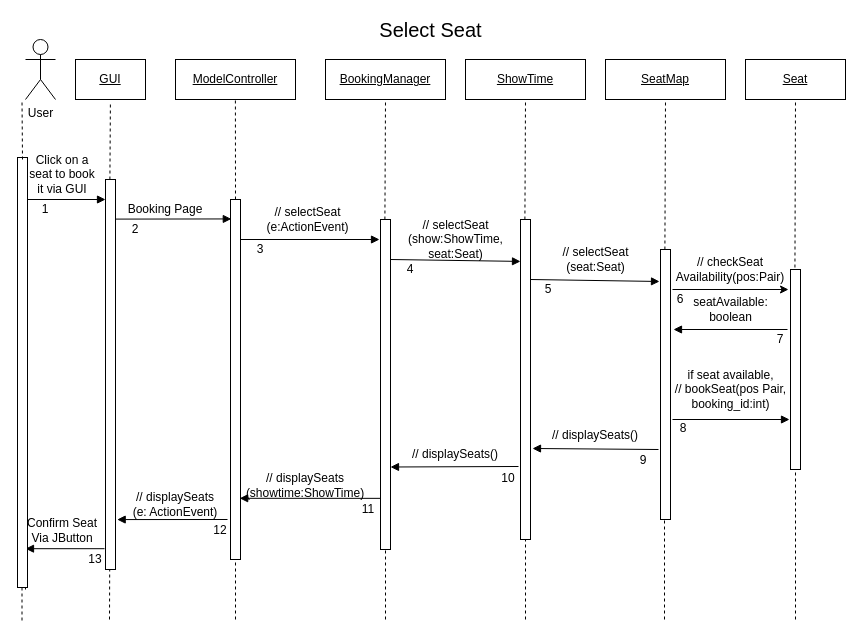
Above: SelectSeatInteractionDiagram.drawio in tongxu95/ENSF619_Project (draw.io), before the change. Source tidied: cells renumbered, new cells numbered last; positions are measured from the earlier drawing's top-left corner, leaving out a move shared by most shapes. Both pictures are drawn from the tidied source at 100%, with x=0, y=0 at pixel (17, 19).
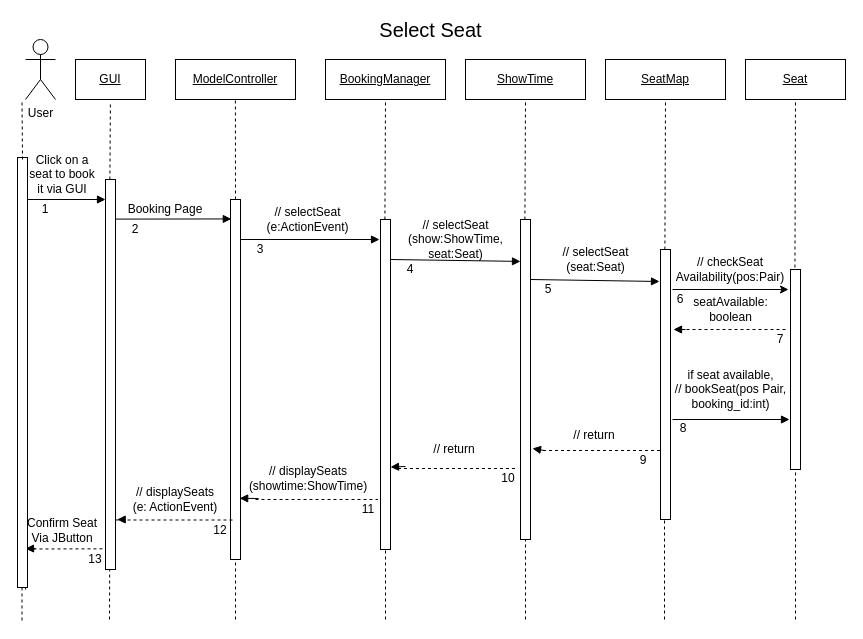
The same diagram, later.

Unchanged cells that the change refers to:
```xml
<mxCell id="16" style="rounded=0;whiteSpace=wrap;html=1;" parent="1" vertex="1">
  <mxGeometry x="363" y="200" width="10" height="330" as="geometry" />
</mxCell>
<mxCell id="19" style="rounded=0;whiteSpace=wrap;html=1;" parent="1" vertex="1">
  <mxGeometry x="213" y="180" width="10" height="360" as="geometry" />
</mxCell>
<mxCell id="20" style="rounded=0;whiteSpace=wrap;html=1;" parent="1" vertex="1">
  <mxGeometry x="88" y="160" width="10" height="390" as="geometry" />
</mxCell>
<mxCell id="64" value="10" style="text;html=1;strokeColor=none;fillColor=none;align=center;verticalAlign=middle;whiteSpace=wrap;rounded=0;" parent="1" vertex="1">
  <mxGeometry x="470.5" y="449" width="40" height="20" as="geometry" />
</mxCell>
<mxCell id="65" value="11" style="text;html=1;strokeColor=none;fillColor=none;align=center;verticalAlign=middle;whiteSpace=wrap;rounded=0;" parent="1" vertex="1">
  <mxGeometry x="330.5" y="480" width="40" height="20" as="geometry" />
</mxCell>
```

The edit, as a diff of the source:
```diff
@@
     <mxCell id="35" style="endArrow=block;endFill=1;endSize=6;html=1;" parent="1" edge="1">
       <mxGeometry relative="1" as="geometry">
-        <mxPoint x="87" y="529.2" as="sourcePoint" />
+        <mxPoint x="18" y="529" as="sourcePoint" />
         <mxPoint x="8" y="529.2" as="targetPoint" />
       </mxGeometry>
     </mxCell>
     <mxCell id="36" style="endArrow=block;endFill=1;endSize=6;html=1;entryX=1.167;entryY=0.872;entryDx=0;entryDy=0;entryPerimeter=0;" parent="1" edge="1" target="20">
       <mxGeometry relative="1" as="geometry">
-        <mxPoint x="210" y="500" as="sourcePoint" />
+        <mxPoint x="108" y="500" as="sourcePoint" />
       </mxGeometry>
     </mxCell>
-    <mxCell id="37" style="endArrow=block;endFill=1;endSize=6;html=1;entryX=0.917;entryY=0.83;entryDx=0;entryDy=0;entryPerimeter=0;exitX=0;exitY=0.845;exitDx=0;exitDy=0;exitPerimeter=0;" parent="1" edge="1" source="16" target="19">
-      <mxGeometry relative="1" as="geometry" />
+    <mxCell id="37" style="endArrow=block;endFill=1;endSize=6;html=1;entryX=0.917;entryY=0.83;entryDx=0;entryDy=0;entryPerimeter=0;" parent="1" edge="1" target="19">
+      <mxGeometry relative="1" as="geometry">
+        <mxPoint x="241" y="479" as="sourcePoint" />
+      </mxGeometry>
     </mxCell>
     <mxCell id="38" style="endArrow=block;endFill=1;endSize=6;html=1;entryX=1;entryY=0.75;entryDx=0;entryDy=0;" parent="1" edge="1" target="16">
       <mxGeometry relative="1" as="geometry">
-        <mxPoint x="501" y="447" as="sourcePoint" />
+        <mxPoint x="388" y="447" as="sourcePoint" />
       </mxGeometry>
     </mxCell>
-    <mxCell id="39" style="endArrow=block;endFill=1;endSize=6;html=1;" parent="1" edge="1">
+    <mxCell id="39" style="endArrow=block;endFill=1;endSize=6;html=1;exitX=0;exitY=1;exitDx=0;exitDy=0;" parent="1" edge="1" source="47">
       <mxGeometry relative="1" as="geometry">
-        <mxPoint x="641" y="430" as="sourcePoint" />
         <mxPoint x="515" y="429" as="targetPoint" />
       </mxGeometry>
     </mxCell>
     <mxCell id="40" style="endArrow=block;endFill=1;endSize=6;html=1;" parent="1" edge="1">
       <mxGeometry relative="1" as="geometry">
-        <mxPoint x="770" y="310" as="sourcePoint" />
+        <mxPoint x="668" y="310" as="sourcePoint" />
         <mxPoint x="656" y="310" as="targetPoint" />
       </mxGeometry>
     </mxCell>
@@
-    <mxCell id="47" value="// displaySeats()" style="text;html=1;strokeColor=none;fillColor=none;align=center;verticalAlign=middle;whiteSpace=wrap;rounded=0;" parent="1" vertex="1">
-      <mxGeometry x="528" y="400" width="100" height="31" as="geometry" />
+    <mxCell id="47" value="// return" style="text;html=1;strokeColor=none;fillColor=none;align=center;verticalAlign=middle;whiteSpace=wrap;rounded=0;" parent="1" vertex="1">
+      <mxGeometry x="527" y="400" width="100" height="31" as="geometry" />
     </mxCell>
-    <mxCell id="48" value="// displaySeats()" style="text;html=1;strokeColor=none;fillColor=none;align=center;verticalAlign=middle;whiteSpace=wrap;rounded=0;" parent="1" vertex="1">
-      <mxGeometry x="388" y="419" width="100" height="31" as="geometry" />
+    <mxCell id="48" value="// return" style="text;html=1;strokeColor=none;fillColor=none;align=center;verticalAlign=middle;whiteSpace=wrap;rounded=0;" parent="1" vertex="1">
+      <mxGeometry x="388" y="416" width="98" height="27.5" as="geometry" />
     </mxCell>
     <mxCell id="49" value="// displaySeats&lt;br&gt;(showtime:ShowTime)" style="text;html=1;strokeColor=none;fillColor=none;align=center;verticalAlign=middle;whiteSpace=wrap;rounded=0;" parent="1" vertex="1">
-      <mxGeometry x="238" y="450" width="100" height="31" as="geometry" />
+      <mxGeometry x="240.5" y="443.5" width="100" height="31" as="geometry" />
     </mxCell>
     <mxCell id="50" value="// displaySeats&lt;br&gt;(e: ActionEvent)" style="text;html=1;strokeColor=none;fillColor=none;align=center;verticalAlign=middle;whiteSpace=wrap;rounded=0;" parent="1" vertex="1">
-      <mxGeometry x="108" y="469" width="100" height="31" as="geometry" />
+      <mxGeometry x="108" y="464" width="100" height="31" as="geometry" />
     </mxCell>
@@
+    <mxCell id="71" style="endArrow=none;dashed=1;html=1;entryX=0.75;entryY=0;entryDx=0;entryDy=0;" parent="1" edge="1" target="64">
+      <mxGeometry relative="1" as="geometry">
+        <mxPoint x="380.5" y="449" as="sourcePoint" />
+      </mxGeometry>
+    </mxCell>
+    <mxCell id="72" style="endArrow=none;dashed=1;html=1;entryX=0.75;entryY=0;entryDx=0;entryDy=0;" parent="1" edge="1">
+      <mxGeometry relative="1" as="geometry">
+        <mxPoint x="525.5" y="431" as="sourcePoint" />
+        <mxPoint x="645.5" y="431" as="targetPoint" />
+      </mxGeometry>
+    </mxCell>
+    <mxCell id="73" style="endArrow=none;dashed=1;html=1;" parent="1" edge="1">
+      <mxGeometry relative="1" as="geometry">
+        <mxPoint x="663" y="310" as="sourcePoint" />
+        <mxPoint x="768" y="310" as="targetPoint" />
+      </mxGeometry>
+    </mxCell>
+    <mxCell id="74" style="endArrow=none;dashed=1;html=1;entryX=0.75;entryY=0;entryDx=0;entryDy=0;" parent="1" edge="1" target="65">
+      <mxGeometry relative="1" as="geometry">
+        <mxPoint x="238" y="480" as="sourcePoint" />
+      </mxGeometry>
+    </mxCell>
+    <mxCell id="75" style="endArrow=none;dashed=1;html=1;entryX=0.75;entryY=0;entryDx=0;entryDy=0;" parent="1" edge="1">
+      <mxGeometry relative="1" as="geometry">
+        <mxPoint x="98" y="500.5" as="sourcePoint" />
+        <mxPoint x="218" y="500.5" as="targetPoint" />
+      </mxGeometry>
+    </mxCell>
+    <mxCell id="76" style="endArrow=none;dashed=1;html=1;entryX=-0.195;entryY=0.947;entryDx=0;entryDy=0;entryPerimeter=0;" parent="1" edge="1" target="20">
+      <mxGeometry relative="1" as="geometry">
+        <mxPoint x="10" y="529.5" as="sourcePoint" />
+      </mxGeometry>
+    </mxCell>
```
